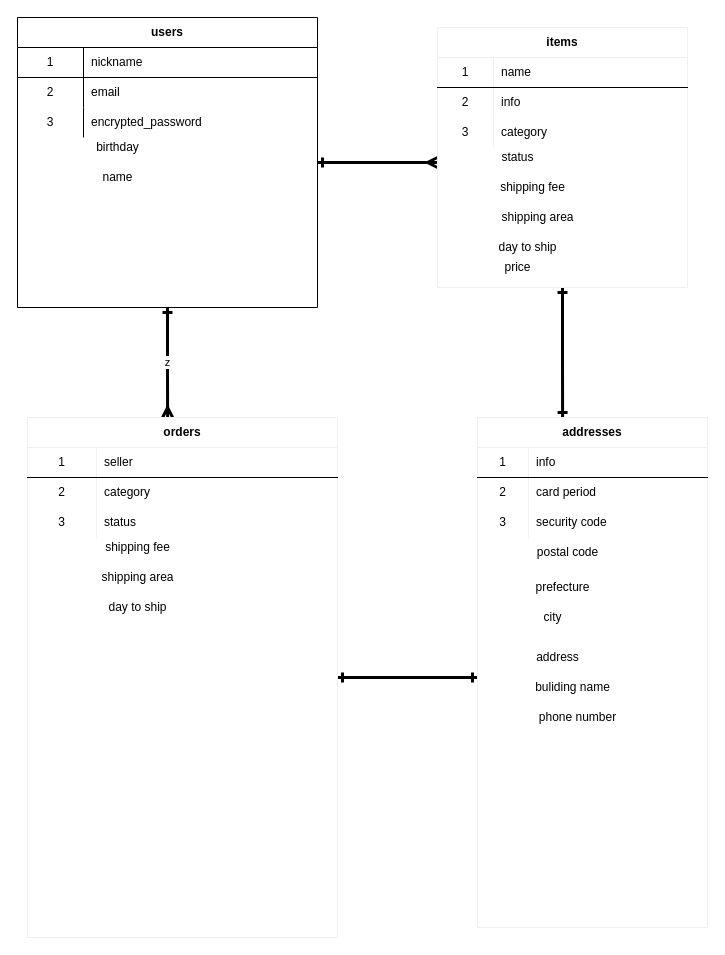
This is test.dio from shigemasa-suzuki/furima-35827, a draw.io file, before an edit. Source tidied: cells renumbered, new cells numbered last; positions are measured from the earlier drawing's top-left corner, leaving out a move shared by most shapes. Both pictures are drawn from the tidied source at 100%, with x=0, y=0 at pixel (17, 17).
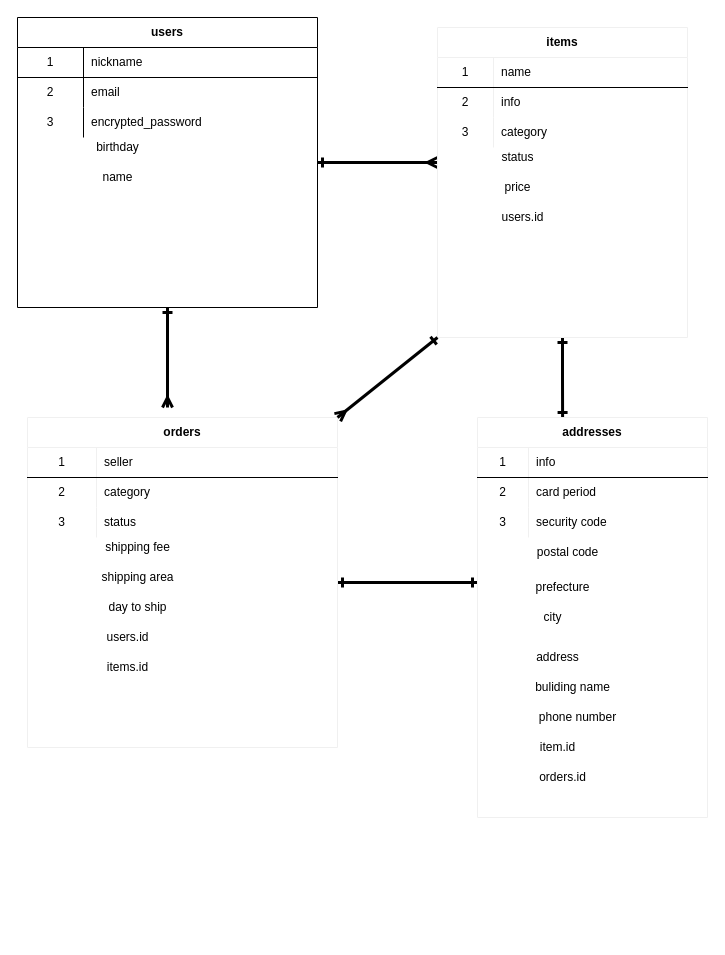
The same diagram, later.

Commit message (it also covers changes not shown here):
修正しました.1

The change refers to these unchanged cells:
```xml
<mxCell id="4" value="users" style="shape=table;html=1;whiteSpace=wrap;startSize=30;childLayout=tableLayout;rowLines=0;fontStyle=1;align=center;" parent="1" vertex="1">
  <mxGeometry width="300" height="290" as="geometry" />
</mxCell>
```

The edit, as a diff of the source:
```diff
@@
-    <mxCell id="3" value="z" style="edgeStyle=orthogonalEdgeStyle;rounded=0;jettySize=auto;html=1;exitX=0.5;exitY=1;exitDx=0;exitDy=0;startArrow=ERone;startFill=0;endArrow=ERmany;endFill=0;strokeWidth=3;entryX=0.452;entryY=0;entryDx=0;entryDy=0;entryPerimeter=0;" parent="1" edge="1" source="4" target="33">
-      <mxGeometry relative="1" as="geometry" />
-    </mxCell>
+    <mxCell id="62" style="edgeStyle=orthogonalEdgeStyle;rounded=0;jettySize=auto;html=1;exitX=0.5;exitY=1;exitDx=0;exitDy=0;startArrow=ERone;startFill=0;endArrow=ERmany;endFill=0;strokeWidth=3;" parent="1" edge="1" source="4">
+      <mxGeometry relative="1" as="geometry">
+        <mxPoint x="150" y="390" as="targetPoint" />
+      </mxGeometry>
+    </mxCell>
@@
     <mxCell id="17" value="items" style="shape=table;html=1;whiteSpace=wrap;startSize=30;childLayout=tableLayout;rowLines=0;fontStyle=1;align=center;strokeColor=#f0f0f0;" parent="1" vertex="1">
-      <mxGeometry x="420" y="10" width="250" height="260" as="geometry" />
+      <mxGeometry x="420" y="10" width="250" height="310" as="geometry" />
     </mxCell>
@@
-    <mxCell id="28" value="shipping fee" style="text;html=1;align=center;verticalAlign=middle;" parent="1" vertex="1">
-      <mxGeometry x="475" y="160" width="80" height="20" as="geometry" />
-    </mxCell>
-    <mxCell id="29" value="shipping area" style="text;html=1;align=center;verticalAlign=middle;" parent="1" vertex="1">
-      <mxGeometry x="475" y="190" width="90" height="20" as="geometry" />
-    </mxCell>
-    <mxCell id="30" value="day to ship&lt;br&gt;" style="text;html=1;align=center;verticalAlign=middle;" parent="1" vertex="1">
-      <mxGeometry x="475" y="220" width="70" height="20" as="geometry" />
-    </mxCell>
     <mxCell id="31" value="price" style="text;html=1;align=center;verticalAlign=middle;" parent="1" vertex="1">
-      <mxGeometry x="480" y="240" width="40" height="20" as="geometry" />
+      <mxGeometry x="480" y="160" width="40" height="20" as="geometry" />
     </mxCell>
     <mxCell id="32" style="edgeStyle=orthogonalEdgeStyle;rounded=0;jettySize=auto;html=1;exitX=1;exitY=0.5;exitDx=0;exitDy=0;startArrow=ERone;startFill=0;endArrow=ERone;endFill=0;strokeWidth=3;" parent="1" edge="1" source="33">
       <mxGeometry relative="1" as="geometry">
-        <mxPoint x="460" y="660" as="targetPoint" />
+        <mxPoint x="460" y="565" as="targetPoint" />
       </mxGeometry>
     </mxCell>
     <mxCell id="33" value="orders" style="shape=table;html=1;whiteSpace=wrap;startSize=30;childLayout=tableLayout;rowLines=0;fontStyle=1;align=center;strokeColor=#f0f0f0;" parent="1" vertex="1">
-      <mxGeometry x="10" y="400" width="310" height="520" as="geometry" />
+      <mxGeometry x="10" y="400" width="310" height="330" as="geometry" />
     </mxCell>
@@
     <mxCell id="46" value="addresses" style="shape=table;html=1;whiteSpace=wrap;startSize=30;childLayout=tableLayout;rowLines=0;fontStyle=1;align=center;strokeColor=#f0f0f0;" parent="1" vertex="1">
-      <mxGeometry x="460" y="400" width="230" height="510" as="geometry" />
+      <mxGeometry x="460" y="400" width="230" height="400" as="geometry" />
     </mxCell>
@@
+    <mxCell id="63" value="users.id" style="text;html=1;align=center;verticalAlign=middle;" parent="1" vertex="1">
+      <mxGeometry x="475" y="190" width="60" height="20" as="geometry" />
+    </mxCell>
+    <mxCell id="64" value="users.id" style="text;html=1;align=center;verticalAlign=middle;" parent="1" vertex="1">
+      <mxGeometry x="80" y="610" width="60" height="20" as="geometry" />
+    </mxCell>
+    <mxCell id="65" style="endArrow=ERone;html=1;entryX=0;entryY=1;entryDx=0;entryDy=0;endFill=0;strokeWidth=3;startArrow=ERmany;startFill=0;" parent="1" edge="1" target="17">
+      <mxGeometry relative="1" as="geometry">
+        <mxPoint x="320" y="400" as="sourcePoint" />
+      </mxGeometry>
+    </mxCell>
+    <mxCell id="66" value="items.id" style="text;html=1;align=center;verticalAlign=middle;" parent="1" vertex="1">
+      <mxGeometry x="80" y="640" width="60" height="20" as="geometry" />
+    </mxCell>
+    <mxCell id="67" value="item.id" style="text;html=1;align=center;verticalAlign=middle;" parent="1" vertex="1">
+      <mxGeometry x="515" y="720" width="50" height="20" as="geometry" />
+    </mxCell>
+    <mxCell id="68" value="orders.id" style="text;html=1;align=center;verticalAlign=middle;" parent="1" vertex="1">
+      <mxGeometry x="515" y="750" width="60" height="20" as="geometry" />
+    </mxCell>
```
